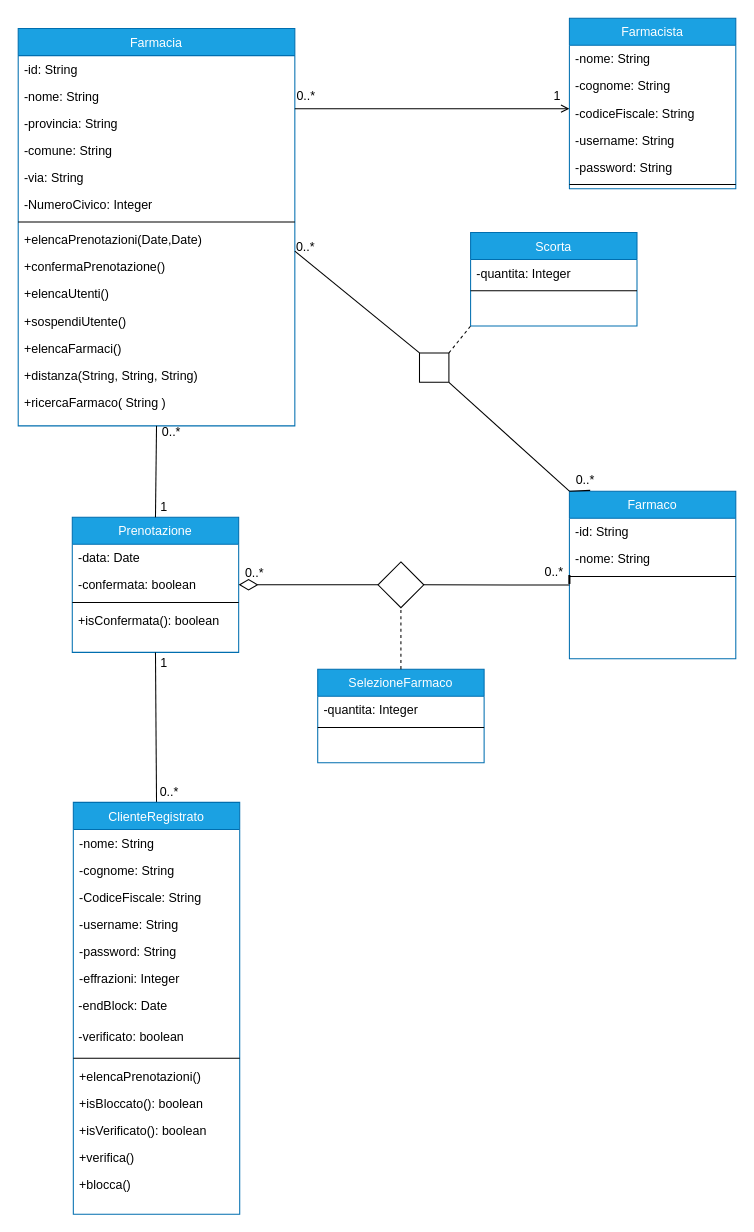
Above: drawio/ModelloDominio.drawio in lnwor/farmabyte-doc (draw.io), before the change. Source tidied: cells renumbered, new cells numbered last; positions are measured from the earlier drawing's top-left corner, leaving out a move shared by most shapes. Both pictures are drawn from the tidied source at 104%, with x=0, y=0 at pixel (18, 18).
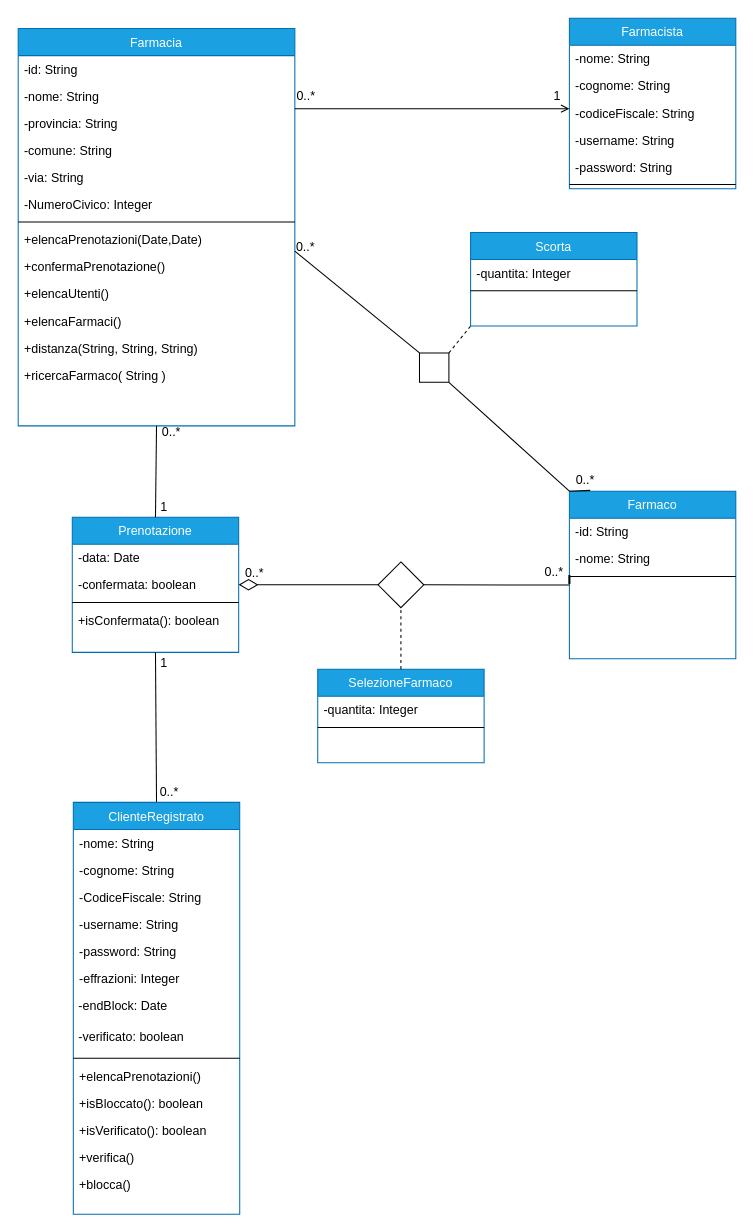
After the change.

Unchanged cells that the change refers to:
```xml
<mxCell id="2" value="Farmacia" style="swimlane;fontStyle=0;align=center;verticalAlign=top;horizontal=1;startSize=26;rounded=0;shadow=0;strokeWidth=1;fillColor=#1ba1e2;strokeColor=#006EAF;fontColor=#ffffff;" parent="1" vertex="1">
  <mxGeometry y="10" width="266" height="382" as="geometry" />
</mxCell>
```

What changed in the source:
```diff
@@
-    <mxCell id="13" value="+sospendiUtente()" style="text;align=left;verticalAlign=top;spacingLeft=4;spacingRight=4;overflow=hidden;" parent="2" vertex="1">
-      <mxGeometry y="268" width="266" height="26" as="geometry" />
-    </mxCell>
     <mxCell id="14" value="+elencaFarmaci()" style="text;align=left;verticalAlign=top;spacingLeft=4;spacingRight=4;overflow=hidden;" parent="2" vertex="1">
-      <mxGeometry y="294" width="266" height="26" as="geometry" />
+      <mxGeometry y="268" width="266" height="26" as="geometry" />
     </mxCell>
     <mxCell id="15" value="+distanza(String, String, String) " style="text;align=left;verticalAlign=top;spacingLeft=4;spacingRight=4;overflow=hidden;" parent="2" vertex="1">
-      <mxGeometry y="320" width="266" height="26" as="geometry" />
+      <mxGeometry y="294" width="266" height="26" as="geometry" />
     </mxCell>
     <mxCell id="16" value="+ricercaFarmaco( String ) " style="text;align=left;verticalAlign=top;spacingLeft=4;spacingRight=4;overflow=hidden;" parent="2" vertex="1">
-      <mxGeometry y="346" width="266" height="26" as="geometry" />
+      <mxGeometry y="320" width="266" height="26" as="geometry" />
     </mxCell>
```
